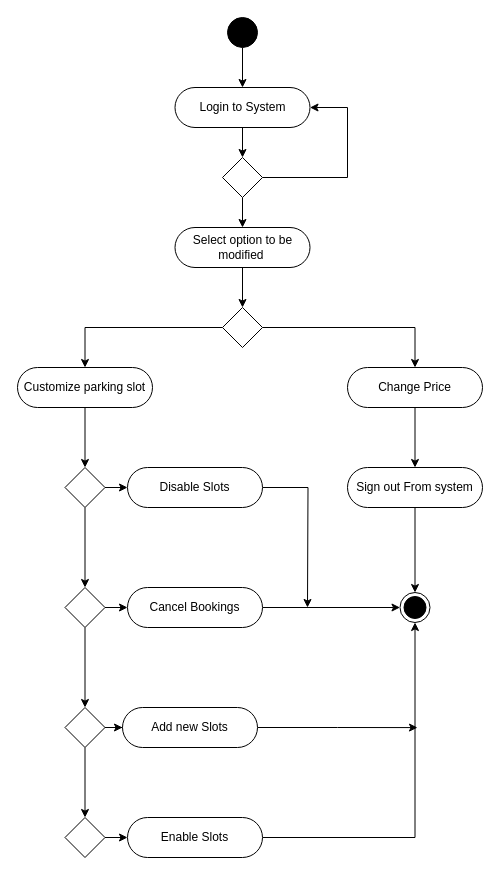
Before: Owner Activity Diagram.drawio in dhavanikgithub/Capstone-Project1, a draw.io diagram. Source tidied: cells renumbered, new cells numbered last; positions are measured from the earlier drawing's top-left corner, leaving out a move shared by most shapes. Both pictures are drawn from the tidied source at 100%, with x=0, y=0 at pixel (17, 17).
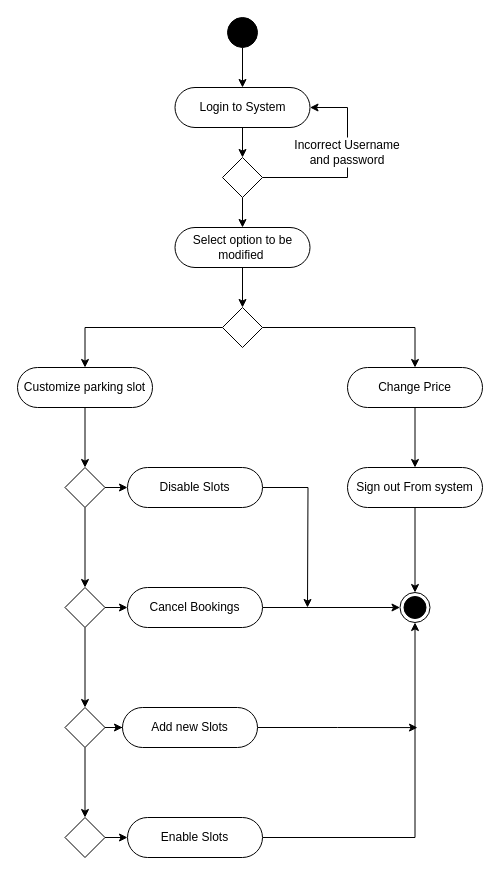
The same diagram, later.

The edit, as a diff of the source:
```diff
@@
+    <mxCell id="40" value="Incorrect Username and password" style="whiteSpace=wrap;html=1;strokeColor=none;fillColor=#FFFFFF;" parent="1" vertex="1">
+      <mxGeometry x="270" y="120" width="120" height="30" as="geometry" />
+    </mxCell>
```
